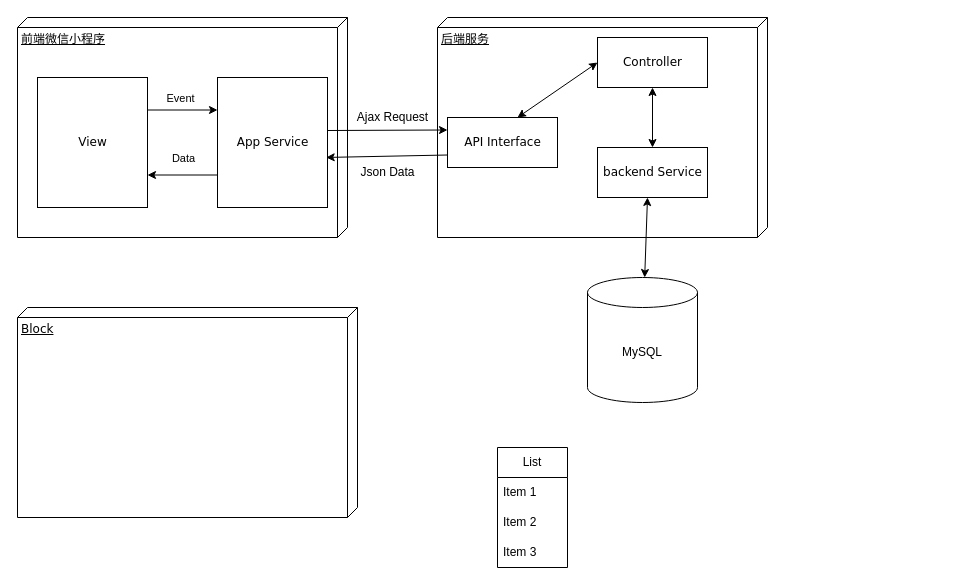
UMkevin/advanced-java keeps this draw.io diagram as 20240409.drawio. Above is the earlier version. Source tidied: cells renumbered, new cells numbered last; positions are measured from the earlier drawing's top-left corner, leaving out a move shared by most shapes. Both pictures are drawn from the tidied source at 100%, with x=0, y=0 at pixel (17, 17).
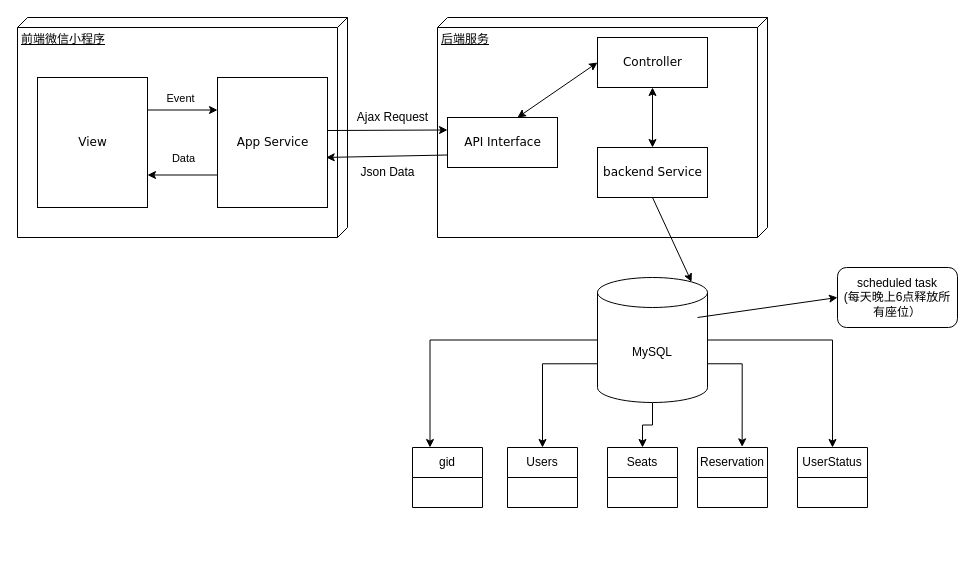
After the change.

The change refers to these unchanged cells:
```xml
<mxCell id="19" value="backend Service" style="html=1;rounded=0;shadow=0;comic=0;labelBackgroundColor=none;strokeWidth=1;fontFamily=Verdana;fontSize=12;align=center;" parent="1" vertex="1">
  <mxGeometry x="580" y="130" width="110" height="50" as="geometry" />
</mxCell>
```

What changed in the source:
```diff
@@
-    <mxCell id="4" value="Block" style="verticalAlign=top;align=left;spacingTop=8;spacingLeft=2;spacingRight=12;shape=cube;size=10;direction=south;fontStyle=4;html=1;rounded=0;shadow=0;comic=0;labelBackgroundColor=none;strokeWidth=1;fontFamily=Verdana;fontSize=12;" parent="1" vertex="1">
-      <mxGeometry y="290" width="340" height="210" as="geometry" />
-    </mxCell>
@@
+    <mxCell id="27" style="edgeStyle=orthogonalEdgeStyle;rounded=0;jettySize=auto;html=1;exitX=0;exitY=0.5;exitDx=0;exitDy=0;exitPerimeter=0;entryX=0.25;entryY=0;entryDx=0;entryDy=0;" parent="1" edge="1" source="12" target="14">
+      <mxGeometry relative="1" as="geometry" />
+    </mxCell>
+    <mxCell id="28" style="edgeStyle=orthogonalEdgeStyle;rounded=0;jettySize=auto;html=1;exitX=0;exitY=0;exitDx=0;exitDy=86.25;exitPerimeter=0;entryX=0.5;entryY=0;entryDx=0;entryDy=0;" parent="1" edge="1" source="12" target="31">
+      <mxGeometry relative="1" as="geometry" />
+    </mxCell>
+    <mxCell id="29" style="edgeStyle=orthogonalEdgeStyle;rounded=0;jettySize=auto;html=1;exitX=0.5;exitY=1;exitDx=0;exitDy=0;exitPerimeter=0;entryX=0.5;entryY=0;entryDx=0;entryDy=0;" parent="1" edge="1" source="12" target="32">
+      <mxGeometry relative="1" as="geometry" />
+    </mxCell>
+    <mxCell id="30" style="edgeStyle=orthogonalEdgeStyle;rounded=0;jettySize=auto;html=1;exitX=1;exitY=0.5;exitDx=0;exitDy=0;exitPerimeter=0;entryX=0.5;entryY=0;entryDx=0;entryDy=0;" parent="1" edge="1" source="12" target="34">
+      <mxGeometry relative="1" as="geometry" />
+    </mxCell>
     <mxCell id="12" value="MySQL" style="shape=cylinder3;whiteSpace=wrap;html=1;boundedLbl=1;backgroundOutline=1;size=15;" parent="1" vertex="1">
-      <mxGeometry x="570" y="260" width="110" height="125" as="geometry" />
+      <mxGeometry x="580" y="260" width="110" height="125" as="geometry" />
     </mxCell>
-    <mxCell id="13" style="edgeStyle=orthogonalEdgeStyle;rounded=0;jettySize=auto;html=1;exitX=0.5;exitY=0;exitDx=0;exitDy=0;" parent="1" edge="1" source="14">
-      <mxGeometry relative="1" as="geometry">
-        <mxPoint x="515" y="450" as="targetPoint" />
-      </mxGeometry>
-    </mxCell>
-    <mxCell id="14" value="List" style="swimlane;fontStyle=0;horizontal=1;startSize=30;whiteSpace=wrap;html=1;" parent="1" vertex="1">
-      <mxGeometry x="480" y="430" width="70" height="120" as="geometry" />
+    <mxCell id="14" value="gid" style="swimlane;fontStyle=0;horizontal=1;startSize=30;whiteSpace=wrap;html=1;" parent="1" vertex="1">
+      <mxGeometry x="395" y="430" width="70" height="60" as="geometry" />
     </mxCell>
-    <mxCell id="15" value="Item 1" style="text;strokeColor=none;fillColor=none;align=left;verticalAlign=middle;spacingLeft=4;spacingRight=4;overflow=hidden;whiteSpace=wrap;html=1;" parent="14" vertex="1">
-      <mxGeometry y="30" width="70" height="30" as="geometry" />
-    </mxCell>
-    <mxCell id="16" value="Item 2" style="text;strokeColor=none;fillColor=none;align=left;verticalAlign=middle;spacingLeft=4;spacingRight=4;overflow=hidden;whiteSpace=wrap;html=1;" parent="14" vertex="1">
-      <mxGeometry y="60" width="70" height="30" as="geometry" />
-    </mxCell>
-    <mxCell id="17" value="Item 3" style="text;strokeColor=none;fillColor=none;align=left;verticalAlign=middle;spacingLeft=4;spacingRight=4;overflow=hidden;whiteSpace=wrap;html=1;" parent="14" vertex="1">
-      <mxGeometry y="90" width="70" height="30" as="geometry" />
-    </mxCell>
@@
-    <mxCell id="24" style="endArrow=classic;startArrow=classic;html=1;rounded=0;" parent="1" edge="1" source="12">
-      <mxGeometry relative="1" as="geometry">
-        <mxPoint x="630" y="180" as="targetPoint" />
-      </mxGeometry>
-    </mxCell>
@@
+    <mxCell id="31" value="Users" style="swimlane;fontStyle=0;horizontal=1;startSize=30;whiteSpace=wrap;html=1;" parent="1" vertex="1">
+      <mxGeometry x="490" y="430" width="70" height="60" as="geometry" />
+    </mxCell>
+    <mxCell id="32" value="Seats" style="swimlane;fontStyle=0;horizontal=1;startSize=30;whiteSpace=wrap;html=1;" parent="1" vertex="1">
+      <mxGeometry x="590" y="430" width="70" height="60" as="geometry" />
+    </mxCell>
+    <mxCell id="33" value="Reservation" style="swimlane;fontStyle=0;horizontal=1;startSize=30;whiteSpace=wrap;html=1;" parent="1" vertex="1">
+      <mxGeometry x="680" y="430" width="70" height="60" as="geometry" />
+    </mxCell>
+    <mxCell id="34" value="UserStatus" style="swimlane;fontStyle=0;horizontal=1;startSize=30;whiteSpace=wrap;html=1;" parent="1" vertex="1">
+      <mxGeometry x="780" y="430" width="70" height="60" as="geometry" />
+    </mxCell>
+    <mxCell id="35" style="edgeStyle=orthogonalEdgeStyle;rounded=0;jettySize=auto;html=1;exitX=1;exitY=0;exitDx=0;exitDy=86.25;exitPerimeter=0;entryX=0.638;entryY=-0.011;entryDx=0;entryDy=0;entryPerimeter=0;" parent="1" edge="1" source="12" target="33">
+      <mxGeometry relative="1" as="geometry" />
+    </mxCell>
+    <mxCell id="36" value="scheduled task&lt;div&gt;(每天晚上6点释放所有座位）&lt;/div&gt;" style="rounded=1;whiteSpace=wrap;html=1;" parent="1" vertex="1">
+      <mxGeometry x="820" y="250" width="120" height="60" as="geometry" />
+    </mxCell>
+    <mxCell id="37" style="endArrow=classic;html=1;rounded=0;entryX=0;entryY=0.5;entryDx=0;entryDy=0;" parent="1" edge="1" target="36">
+      <mxGeometry relative="1" as="geometry">
+        <mxPoint x="680" y="300" as="sourcePoint" />
+      </mxGeometry>
+    </mxCell>
+    <mxCell id="38" style="endArrow=classic;html=1;rounded=0;exitX=0.5;exitY=1;exitDx=0;exitDy=0;entryX=0.855;entryY=0;entryDx=0;entryDy=4.35;entryPerimeter=0;" parent="1" edge="1" source="19" target="12">
+      <mxGeometry relative="1" as="geometry" />
+    </mxCell>
```
